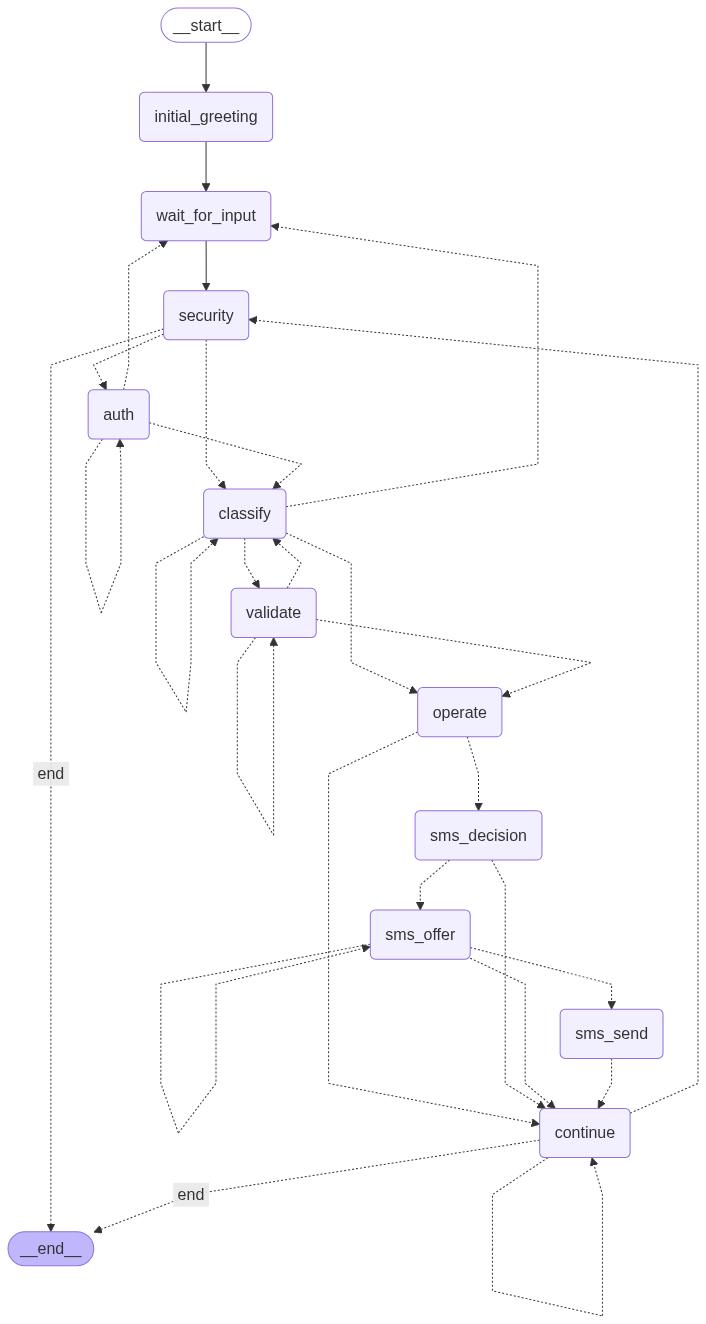
This is turkcell_workflow.png from Abdurrahman-Wahdan/TDDI-TEKNOFEST, a Mermaid export, as it was before one commit. Its source is kept beside it as turkcell_workflow.mmd.
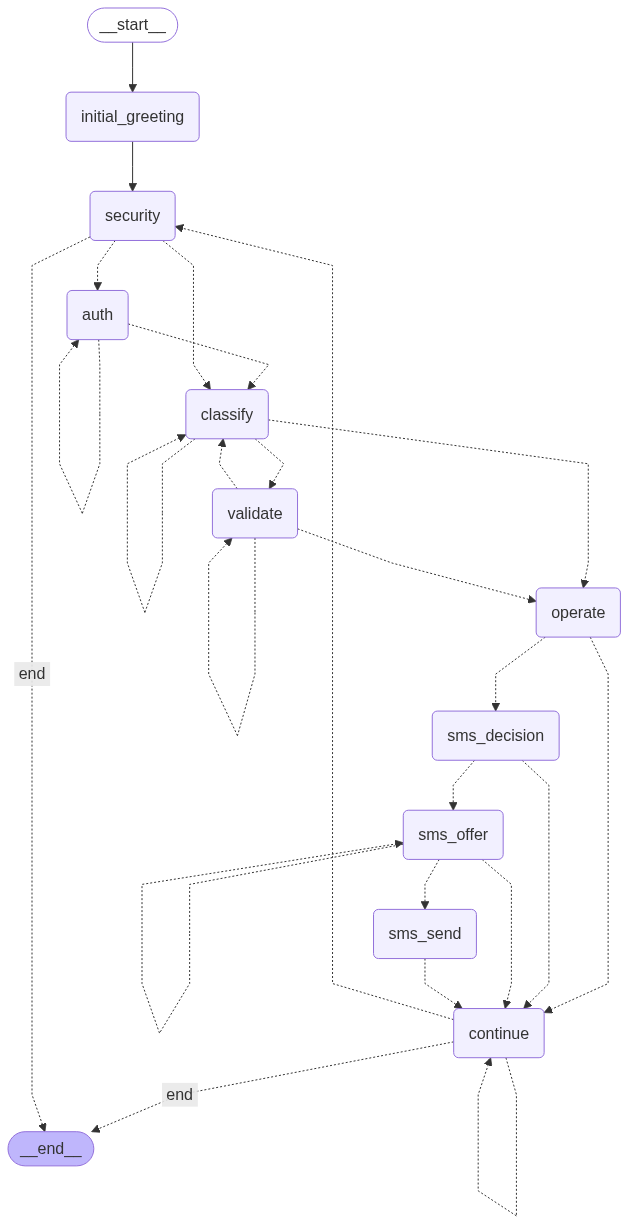
Above is the later version.

Diff of the diagram source:
```diff
@@ -11,39 +11,35 @@
 	classify(classify)
 	validate(validate)
 	operate(operate)
-	wait_for_input(wait_for_input)
 	sms_decision(sms_decision)
 	sms_offer(sms_offer)
 	sms_send(sms_send)
 	continue(continue)
 	__end__([<p>__end__</p>]):::last
 	__start__ --> initial_greeting;
-	initial_greeting --> wait_for_input;
-	wait_for_input --> security;
+	auth -.-> classify;
+	classify -.-> operate;
+	classify -.-> validate;
+	continue -. &nbsp;end&nbsp; .-> __end__;
+	continue -.-> security;
+	initial_greeting --> security;
+	operate -.-> continue;
+	operate -.-> sms_decision;
+	security -. &nbsp;end&nbsp; .-> __end__;
 	security -.-> auth;
 	security -.-> classify;
-	security -. &nbsp;end&nbsp; .-> __end__;
-	auth -.-> classify;
-	auth -.-> wait_for_input;
-	classify -.-> validate;
-	classify -.-> operate;
-	classify -.-> wait_for_input;
+	sms_decision -.-> continue;
+	sms_decision -.-> sms_offer;
+	sms_offer -.-> continue;
+	sms_offer -.-> sms_send;
+	sms_send -.-> continue;
+	validate -.-> classify;
 	validate -.-> operate;
-	validate -.-> classify;
-	operate -.-> sms_decision;
-	operate -.-> continue;
-	sms_decision -.-> sms_offer;
-	sms_decision -.-> continue;
-	sms_offer -.-> sms_send;
-	sms_offer -.-> continue;
-	sms_send -.-> continue;
-	continue -.-> security;
-	continue -. &nbsp;end&nbsp; .-> __end__;
 	auth -.-> auth;
 	classify -.-> classify;
+	continue -.-> continue;
+	sms_offer -.-> sms_offer;
 	validate -.-> validate;
-	sms_offer -.-> sms_offer;
-	continue -.-> continue;
 	classDef default fill:#f2f0ff,line-height:1.2
 	classDef first fill-opacity:0
 	classDef last fill:#bfb6fc
```
